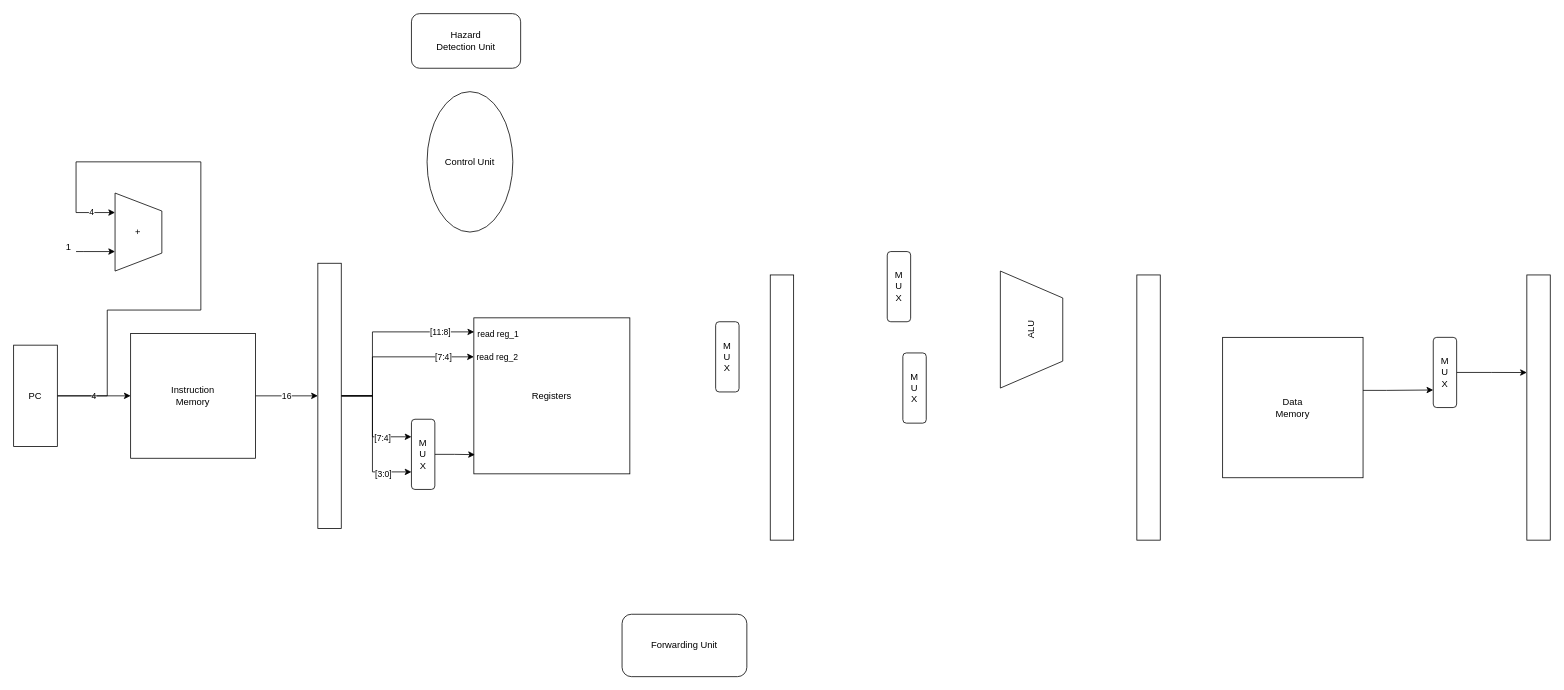
This is Untitled Diagram.drawio from PeitingXie/COMP3211-project, a draw.io file, before an edit. Source tidied: cells renumbered, new cells numbered last; positions are measured from the earlier drawing's top-left corner, leaving out a move shared by most shapes. Both pictures are drawn from the tidied source at 78%, with x=0, y=0 at pixel (13, 13).
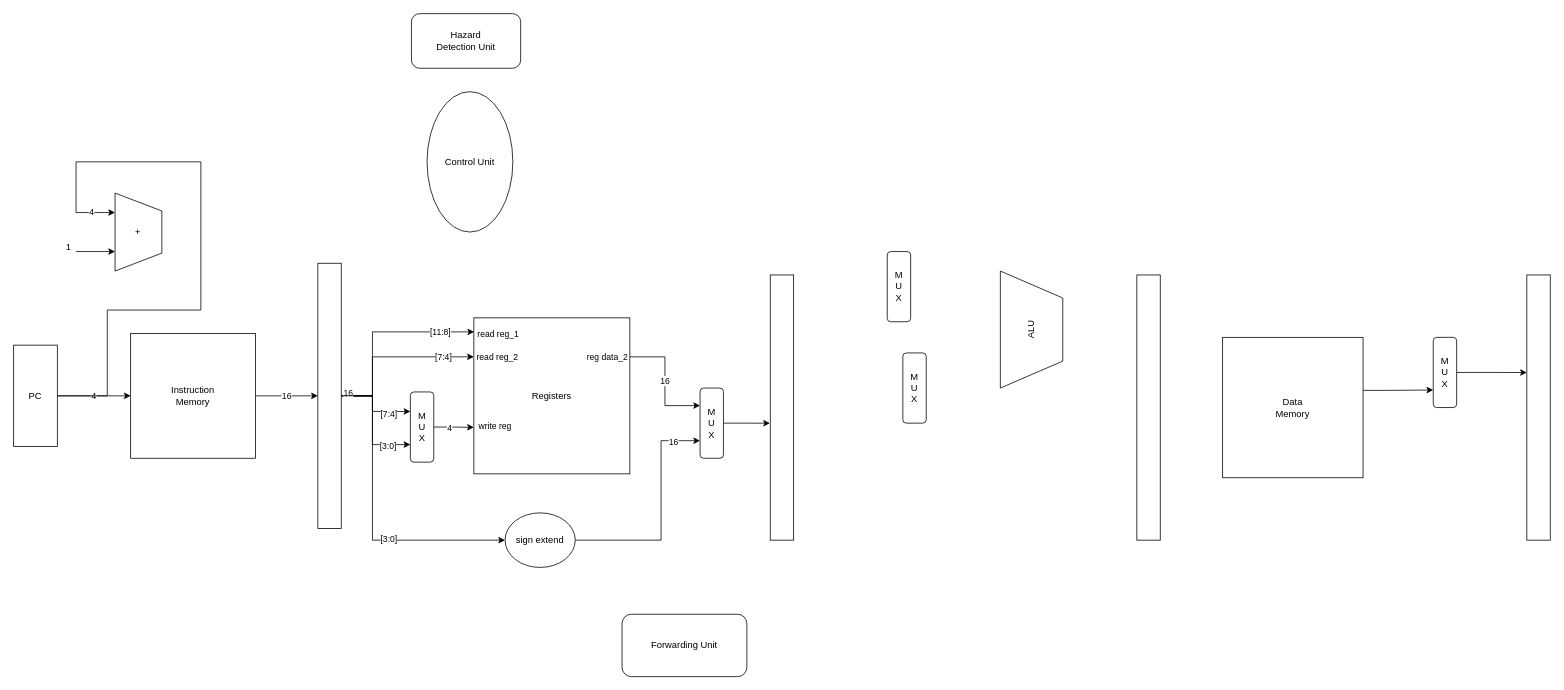
Above is the later version.

Unchanged cells that the change refers to:
```xml
<mxCell id="2" value="Registers" style="whiteSpace=wrap;html=1;shadow=0;" parent="1" vertex="1">
  <mxGeometry x="590" y="390" width="200" height="200" as="geometry" />
</mxCell>
<mxCell id="17" style="rounded=0;whiteSpace=wrap;html=1;" parent="1" vertex="1">
  <mxGeometry x="390" y="320" width="30" height="340" as="geometry" />
</mxCell>
<mxCell id="18" style="rounded=0;whiteSpace=wrap;html=1;" parent="1" vertex="1">
  <mxGeometry x="970" y="335" width="30" height="340" as="geometry" />
</mxCell>
```

What changed in the source:
```diff
@@
+    <mxCell id="37" value="16" style="edgeStyle=orthogonalEdgeStyle;rounded=0;jettySize=auto;html=1;entryX=0;entryY=0.25;entryDx=0;entryDy=0;" parent="1" edge="1" source="2" target="21">
+      <mxGeometry relative="1" as="geometry">
+        <Array as="points">
+          <mxPoint x="835" y="440" />
+          <mxPoint x="835" y="503" />
+        </Array>
+      </mxGeometry>
+    </mxCell>
+    <mxCell id="38" value="reg data_2" style="edgeLabel;html=1;align=center;verticalAlign=middle;" parent="37" vertex="1">
+      <mxGeometry x="-0.83" relative="1" as="geometry">
+        <mxPoint x="-43" as="offset" />
+      </mxGeometry>
+    </mxCell>
@@
-    <mxCell id="13" style="edgeStyle=orthogonalEdgeStyle;rounded=0;jettySize=auto;html=1;entryX=0;entryY=0.25;entryDx=0;entryDy=0;" parent="1" edge="1" source="17" target="36">
+    <mxCell id="13" style="edgeStyle=orthogonalEdgeStyle;rounded=0;jettySize=auto;html=1;" parent="1" edge="1" source="17" target="36">
       <mxGeometry relative="1" as="geometry">
         <Array as="points">
           <mxPoint x="460" y="490" />
-          <mxPoint x="460" y="543" />
+          <mxPoint x="460" y="510" />
         </Array>
       </mxGeometry>
     </mxCell>
@@
     <mxCell id="15" style="edgeStyle=orthogonalEdgeStyle;rounded=0;jettySize=auto;html=1;entryX=0;entryY=0.75;entryDx=0;entryDy=0;" parent="1" edge="1" source="17" target="36">
       <mxGeometry relative="1" as="geometry">
         <Array as="points">
           <mxPoint x="460" y="490" />
-          <mxPoint x="460" y="588" />
+          <mxPoint x="460" y="553" />
+          <mxPoint x="509" y="553" />
         </Array>
       </mxGeometry>
     </mxCell>
@@
+    <mxCell id="39" value="16" style="edgeLabel;html=1;align=center;verticalAlign=middle;" parent="15" vertex="1">
+      <mxGeometry x="-0.9" y="4" relative="1" as="geometry" />
+    </mxCell>
+    <mxCell id="40" style="edgeStyle=orthogonalEdgeStyle;rounded=0;jettySize=auto;html=1;entryX=0;entryY=0.5;entryDx=0;entryDy=0;" parent="1" edge="1" source="17" target="46">
+      <mxGeometry relative="1" as="geometry">
+        <Array as="points">
+          <mxPoint x="460" y="490" />
+          <mxPoint x="460" y="675" />
+        </Array>
+      </mxGeometry>
+    </mxCell>
+    <mxCell id="41" value="[3:0]" style="edgeLabel;html=1;align=center;verticalAlign=middle;" parent="40" vertex="1">
+      <mxGeometry x="0.24" y="2" relative="1" as="geometry" />
+    </mxCell>
@@
+    <mxCell id="42" style="edgeStyle=orthogonalEdgeStyle;rounded=0;jettySize=auto;html=1;entryX=-0.013;entryY=0.559;entryDx=0;entryDy=0;entryPerimeter=0;" parent="1" edge="1" source="21" target="18">
+      <mxGeometry relative="1" as="geometry" />
+    </mxCell>
     <mxCell id="21" value="M&lt;br&gt;U&lt;br&gt;X" style="rounded=1;whiteSpace=wrap;html=1;" parent="1" vertex="1">
-      <mxGeometry x="900" y="395" width="30" height="90" as="geometry" />
+      <mxGeometry x="880" y="480" width="30" height="90" as="geometry" />
     </mxCell>
@@
-    <mxCell id="35" style="edgeStyle=orthogonalEdgeStyle;rounded=0;jettySize=auto;html=1;entryX=0.007;entryY=0.877;entryDx=0;entryDy=0;entryPerimeter=0;" parent="1" edge="1" source="36" target="2">
-      <mxGeometry relative="1" as="geometry" />
+    <mxCell id="35" value="write reg" style="edgeStyle=orthogonalEdgeStyle;rounded=0;jettySize=auto;html=1;entryX=0.007;entryY=0.877;entryDx=0;entryDy=0;entryPerimeter=0;" parent="1" edge="1" source="36">
+      <mxGeometry x="1" y="29" relative="1" as="geometry">
+        <mxPoint x="590" y="530.4" as="targetPoint" />
+        <mxPoint x="28" y="28" as="offset" />
+      </mxGeometry>
     </mxCell>
+    <mxCell id="43" value="4" style="edgeLabel;html=1;align=center;verticalAlign=middle;" parent="35" vertex="1">
+      <mxGeometry x="-0.25" y="-1" relative="1" as="geometry" />
+    </mxCell>
     <mxCell id="36" value="M&lt;br&gt;U&lt;br&gt;X" style="rounded=1;whiteSpace=wrap;html=1;" parent="1" vertex="1">
-      <mxGeometry x="510" y="520" width="30" height="90" as="geometry" />
+      <mxGeometry x="508.6" y="485" width="30" height="90" as="geometry" />
     </mxCell>
+    <mxCell id="44" style="edgeStyle=orthogonalEdgeStyle;rounded=0;jettySize=auto;html=1;entryX=0;entryY=0.75;entryDx=0;entryDy=0;" parent="1" edge="1" source="46" target="21">
+      <mxGeometry relative="1" as="geometry">
+        <Array as="points">
+          <mxPoint x="830" y="675" />
+          <mxPoint x="830" y="548" />
+        </Array>
+      </mxGeometry>
+    </mxCell>
+    <mxCell id="45" value="16" style="edgeLabel;html=1;align=center;verticalAlign=middle;" parent="44" vertex="1">
+      <mxGeometry x="0.76" y="-1" relative="1" as="geometry" />
+    </mxCell>
+    <mxCell id="46" value="sign extend" style="ellipse;whiteSpace=wrap;html=1;shadow=0;" parent="1" vertex="1">
+      <mxGeometry x="630" y="640" width="90" height="70" as="geometry" />
+    </mxCell>
```
